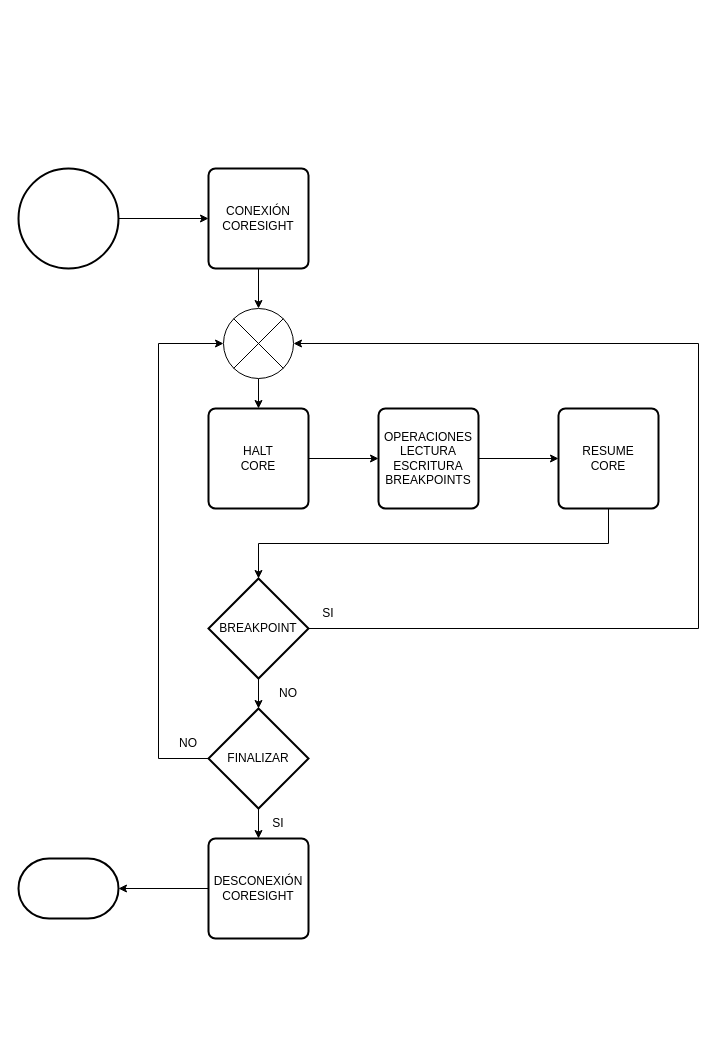
Before: Figures/debugsession.drawio in vacagonzalo/MIoT-Memoria, a draw.io diagram. Source tidied: cells renumbered, new cells numbered last; positions are measured from the earlier drawing's top-left corner, leaving out a move shared by most shapes. Both pictures are drawn from the tidied source at 100%, with x=0, y=0 at pixel (18, 168).
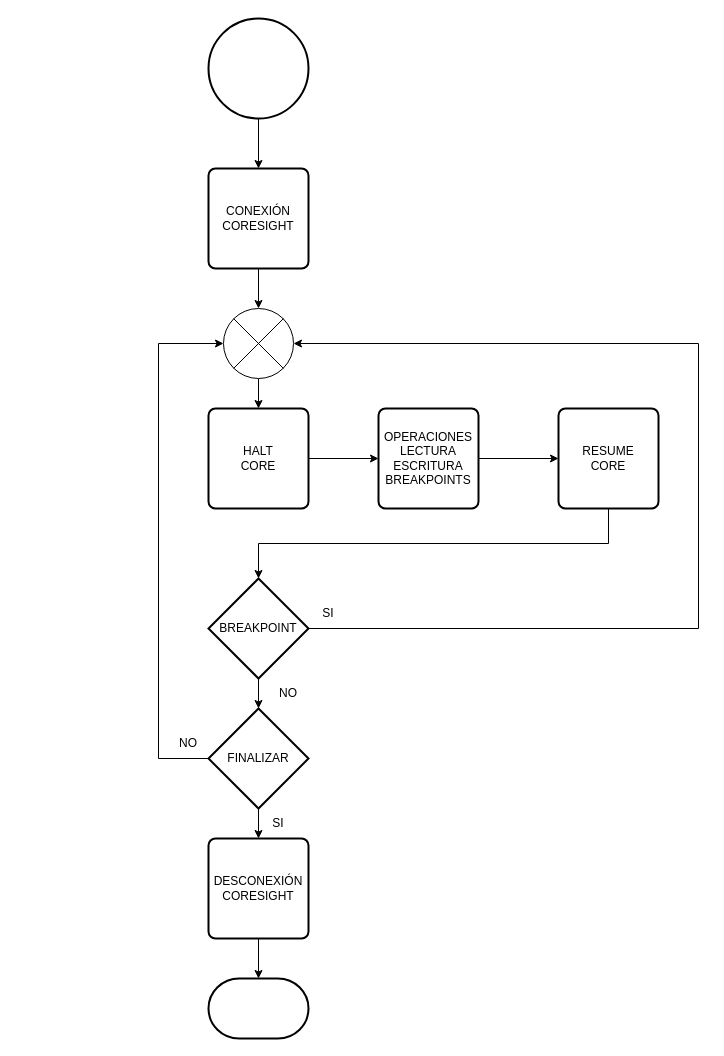
After the change.

The change refers to these unchanged cells:
```xml
<mxCell id="6" value="&lt;div&gt;CONEXIÓN&lt;/div&gt;&lt;div&gt;CORESIGHT&lt;br&gt;&lt;/div&gt;" style="rounded=1;whiteSpace=wrap;html=1;absoluteArcSize=1;arcSize=14;strokeWidth=2;" parent="1" vertex="1">
  <mxGeometry x="190" width="100" height="100" as="geometry" />
</mxCell>
<mxCell id="10" value="&lt;div&gt;DESCONEXIÓN&lt;/div&gt;&lt;div&gt;CORESIGHT&lt;br&gt;&lt;/div&gt;" style="rounded=1;whiteSpace=wrap;html=1;absoluteArcSize=1;arcSize=14;strokeWidth=2;" parent="1" vertex="1">
  <mxGeometry x="190" y="670" width="100" height="100" as="geometry" />
</mxCell>
```

Diff of the diagram source:
```diff
@@
-    <mxCell id="2" style="edgeStyle=orthogonalEdgeStyle;rounded=0;jettySize=auto;html=1;exitX=1;exitY=0.5;exitDx=0;exitDy=0;exitPerimeter=0;entryX=0;entryY=0.5;entryDx=0;entryDy=0;" parent="1" edge="1" source="3" target="6">
+    <mxCell id="2" style="edgeStyle=orthogonalEdgeStyle;rounded=0;jettySize=auto;html=1;exitX=0.5;exitY=1;exitDx=0;exitDy=0;exitPerimeter=0;entryX=0.5;entryY=0;entryDx=0;entryDy=0;" parent="1" edge="1" source="3" target="6">
       <mxGeometry relative="1" as="geometry" />
     </mxCell>
     <mxCell id="3" style="strokeWidth=2;html=1;shape=mxgraph.flowchart.start_2;whiteSpace=wrap;" parent="1" vertex="1">
-      <mxGeometry width="100" height="100" as="geometry" />
+      <mxGeometry x="190" y="-150" width="100" height="100" as="geometry" />
     </mxCell>
     <mxCell id="4" style="strokeWidth=2;html=1;shape=mxgraph.flowchart.terminator;whiteSpace=wrap;" parent="1" vertex="1">
-      <mxGeometry y="690" width="100" height="60" as="geometry" />
+      <mxGeometry x="190" y="810" width="100" height="60" as="geometry" />
     </mxCell>
@@
-    <mxCell id="9" style="edgeStyle=orthogonalEdgeStyle;rounded=0;jettySize=auto;html=1;exitX=0;exitY=0.5;exitDx=0;exitDy=0;entryX=1;entryY=0.5;entryDx=0;entryDy=0;entryPerimeter=0;" parent="1" edge="1" source="10" target="4">
+    <mxCell id="9" style="edgeStyle=orthogonalEdgeStyle;rounded=0;jettySize=auto;html=1;exitX=0.5;exitY=1;exitDx=0;exitDy=0;entryX=0.5;entryY=0;entryDx=0;entryDy=0;entryPerimeter=0;" parent="1" edge="1" source="10" target="4">
       <mxGeometry relative="1" as="geometry" />
     </mxCell>
```
